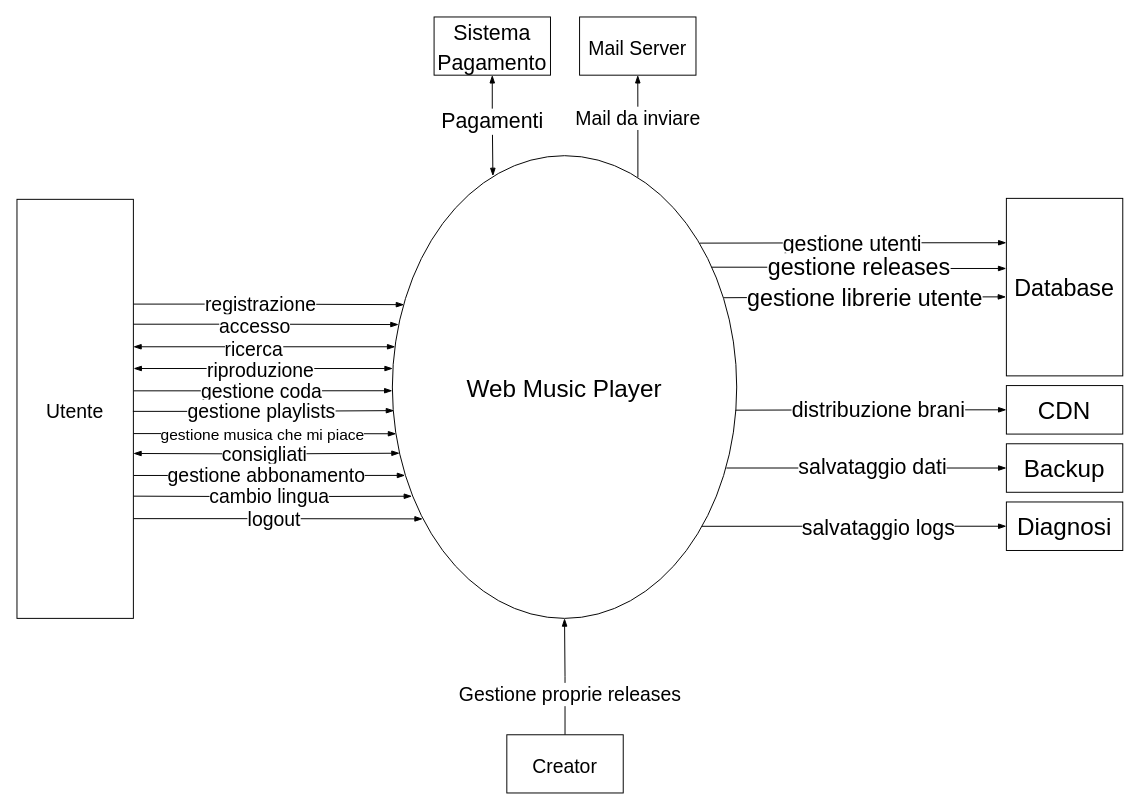
web-music-player/docs keeps this draw.io diagram as Altri diagrammi/Diagramma Contesto.drawio. Above is the earlier version. Source tidied: cells renumbered, new cells numbered last; positions are measured from the earlier drawing's top-left corner, leaving out a move shared by most shapes. Both pictures are drawn from the tidied source at 97%, with x=0, y=0 at pixel (16, 16).
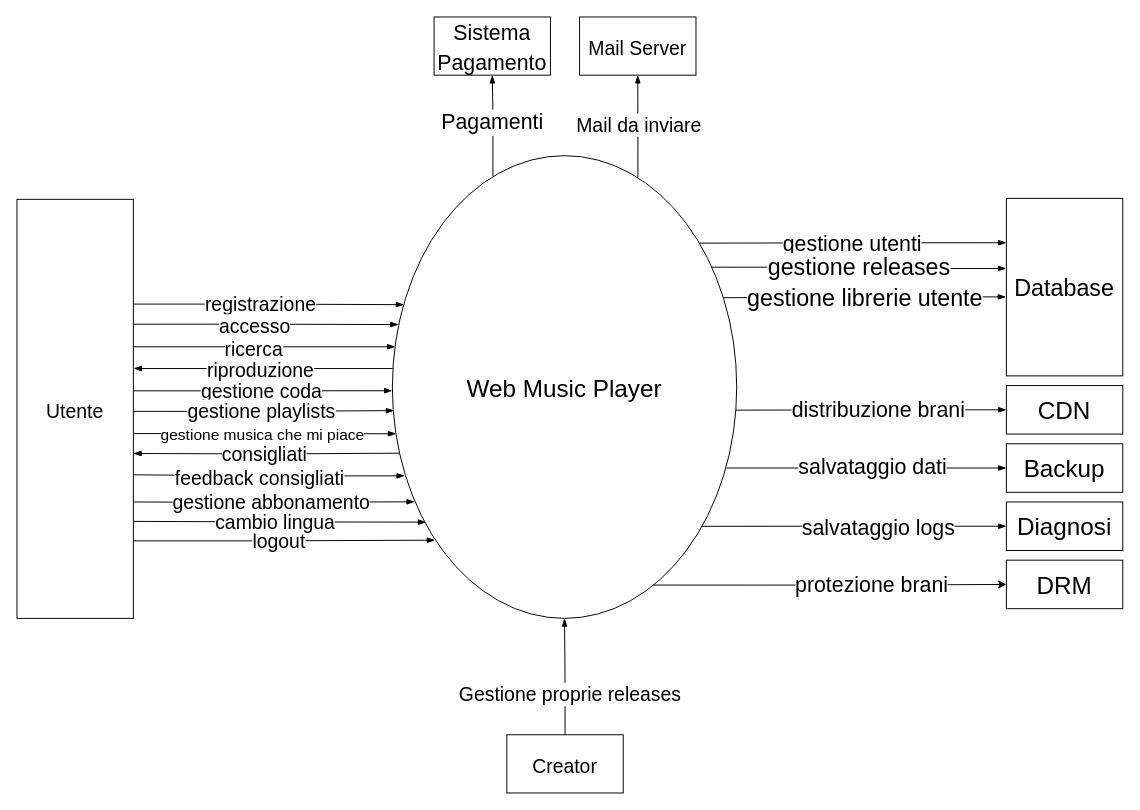
After the change.

Commit message:
Aggiunto sistema DRM, cambiate interazione con l'attore Utente

The change refers to these unchanged cells:
```xml
<mxCell id="2" style="edgeStyle=orthogonalEdgeStyle;rounded=0;jettySize=auto;html=1;exitX=0.713;exitY=0.047;exitDx=0;exitDy=0;entryX=0.5;entryY=1;entryDx=0;entryDy=0;fontSize=20;endArrow=blockThin;endFill=1;exitPerimeter=0;" parent="1" edge="1" source="4" target="5">
  <mxGeometry relative="1" as="geometry" />
</mxCell>
<mxCell id="4" value="&lt;font style=&quot;font-size: 25px;&quot;&gt;Web Music Player&lt;br&gt;&lt;/font&gt;" style="ellipse;whiteSpace=wrap;html=1;" parent="1" vertex="1">
  <mxGeometry x="387" y="143" width="355" height="477" as="geometry" />
</mxCell>
<mxCell id="15" value="&lt;font style=&quot;font-size: 20px;&quot;&gt;Utente&lt;/font&gt;" style="rounded=0;whiteSpace=wrap;html=1;fontSize=25;" parent="1" vertex="1">
  <mxGeometry y="188" width="120" height="432" as="geometry" />
</mxCell>
<mxCell id="34" value="&lt;font style=&quot;font-size: 22px;&quot;&gt;Sistema Pagamento&lt;br&gt;&lt;/font&gt;" style="rounded=0;whiteSpace=wrap;html=1;fontSize=25;" parent="1" vertex="1">
  <mxGeometry x="430" width="120" height="60" as="geometry" />
</mxCell>
```

Change to the diagram source:
```diff
@@
     <mxCell id="3" value="Mail da inviare" style="edgeLabel;html=1;align=center;verticalAlign=middle;fontSize=20;" parent="2" vertex="1">
-      <mxGeometry x="0.17" y="1" relative="1" as="geometry" />
+      <mxGeometry x="0.17" y="1" relative="1" as="geometry">
+        <mxPoint x="1" y="7" as="offset" />
+      </mxGeometry>
     </mxCell>
@@
-    <mxCell id="16" style="edgeStyle=orthogonalEdgeStyle;rounded=0;orthogonalLoop=1;jettySize=auto;html=1;fontSize=20;endArrow=blockThin;endFill=1;startArrow=blockThin;startFill=1;" parent="1" edge="1">
+    <mxCell id="16" style="edgeStyle=orthogonalEdgeStyle;rounded=0;orthogonalLoop=1;jettySize=auto;html=1;fontSize=20;endArrow=blockThin;endFill=1;startArrow=none;startFill=0;" parent="1" edge="1">
       <mxGeometry relative="1" as="geometry">
         <mxPoint x="120" y="340" as="sourcePoint" />
         <mxPoint x="390" y="340" as="targetPoint" />
         <Array as="points">
           <mxPoint x="120" y="340" />
           <mxPoint x="389" y="340" />
         </Array>
       </mxGeometry>
     </mxCell>
@@
-    <mxCell id="18" style="edgeStyle=orthogonalEdgeStyle;rounded=0;jettySize=auto;html=1;fontSize=20;endArrow=blockThin;endFill=1;startArrow=blockThin;startFill=1;exitX=1.002;exitY=0.403;exitDx=0;exitDy=0;exitPerimeter=0;entryX=0.001;entryY=0.46;entryDx=0;entryDy=0;entryPerimeter=0;" parent="1" edge="1" source="15" target="4">
+    <mxCell id="18" style="edgeStyle=orthogonalEdgeStyle;rounded=0;jettySize=auto;html=1;fontSize=20;endArrow=none;endFill=0;startArrow=blockThin;startFill=1;exitX=1.002;exitY=0.403;exitDx=0;exitDy=0;exitPerimeter=0;entryX=0.001;entryY=0.46;entryDx=0;entryDy=0;entryPerimeter=0;" parent="1" edge="1" source="15" target="4">
       <mxGeometry relative="1" as="geometry">
         <Array as="points">
           <mxPoint x="387" y="362" />
         </Array>
       </mxGeometry>
     </mxCell>
@@
-    <mxCell id="24" style="edgeStyle=orthogonalEdgeStyle;rounded=0;jettySize=auto;html=1;entryX=0.021;entryY=0.643;entryDx=0;entryDy=0;entryPerimeter=0;fontSize=20;startArrow=blockThin;startFill=1;endArrow=blockThin;endFill=1;" parent="1" edge="1" target="4">
+    <mxCell id="24" style="edgeStyle=orthogonalEdgeStyle;rounded=0;jettySize=auto;html=1;entryX=0.021;entryY=0.643;entryDx=0;entryDy=0;entryPerimeter=0;fontSize=20;startArrow=blockThin;startFill=1;endArrow=none;endFill=0;" parent="1" edge="1" target="4">
       <mxGeometry relative="1" as="geometry">
         <mxPoint x="120" y="450" as="sourcePoint" />
       </mxGeometry>
     </mxCell>
@@
-    <mxCell id="26" style="edgeStyle=orthogonalEdgeStyle;rounded=0;jettySize=auto;html=1;exitX=1.004;exitY=0.659;exitDx=0;exitDy=0;fontSize=20;startArrow=none;startFill=0;endArrow=blockThin;endFill=1;exitPerimeter=0;entryX=0.037;entryY=0.691;entryDx=0;entryDy=0;entryPerimeter=0;" parent="1" edge="1" source="15" target="4">
-      <mxGeometry relative="1" as="geometry" />
+    <mxCell id="26" style="edgeStyle=orthogonalEdgeStyle;rounded=0;jettySize=auto;html=1;fontSize=20;startArrow=none;startFill=0;endArrow=blockThin;endFill=1;entryX=0.065;entryY=0.748;entryDx=0;entryDy=0;entryPerimeter=0;" parent="1" edge="1" target="4">
+      <mxGeometry relative="1" as="geometry">
+        <mxPoint x="120" y="500" as="sourcePoint" />
+      </mxGeometry>
     </mxCell>
@@
-    <mxCell id="28" style="edgeStyle=orthogonalEdgeStyle;rounded=0;jettySize=auto;html=1;fontSize=20;startArrow=none;startFill=0;endArrow=blockThin;endFill=1;entryX=0.057;entryY=0.736;entryDx=0;entryDy=0;entryPerimeter=0;" parent="1" edge="1" target="4">
-      <mxGeometry relative="1" as="geometry">
-        <mxPoint x="120" y="494" as="sourcePoint" />
-      </mxGeometry>
-    </mxCell>
-    <mxCell id="29" value="cambio lingua" style="edgeLabel;html=1;align=center;verticalAlign=middle;fontSize=20;" parent="28" vertex="1">
-      <mxGeometry x="-0.17" y="1" relative="1" as="geometry">
-        <mxPoint x="20" as="offset" />
-      </mxGeometry>
-    </mxCell>
-    <mxCell id="30" style="edgeStyle=orthogonalEdgeStyle;rounded=0;jettySize=auto;html=1;exitX=1.001;exitY=0.762;exitDx=0;exitDy=0;fontSize=20;startArrow=none;startFill=0;endArrow=blockThin;endFill=1;exitPerimeter=0;entryX=0.088;entryY=0.785;entryDx=0;entryDy=0;entryPerimeter=0;" parent="1" edge="1" source="15" target="4">
+    <mxCell id="30" style="edgeStyle=orthogonalEdgeStyle;rounded=0;jettySize=auto;html=1;exitX=1;exitY=0.815;exitDx=0;exitDy=0;fontSize=20;startArrow=none;startFill=0;endArrow=blockThin;endFill=1;exitPerimeter=0;entryX=0.124;entryY=0.831;entryDx=0;entryDy=0;entryPerimeter=0;" parent="1" edge="1" source="15" target="4">
       <mxGeometry relative="1" as="geometry" />
     </mxCell>
@@
-    <mxCell id="32" style="edgeStyle=orthogonalEdgeStyle;rounded=0;jettySize=auto;html=1;entryX=0.292;entryY=0.044;entryDx=0;entryDy=0;entryPerimeter=0;fontSize=22;startArrow=blockThin;startFill=1;endArrow=blockThin;endFill=1;" parent="1" edge="1" source="34" target="4">
+    <mxCell id="32" style="edgeStyle=orthogonalEdgeStyle;rounded=0;jettySize=auto;html=1;fontSize=22;startArrow=none;startFill=0;endArrow=blockThin;endFill=1;exitX=0.292;exitY=0.044;exitDx=0;exitDy=0;exitPerimeter=0;" parent="1" edge="1" source="4" target="34">
       <mxGeometry relative="1" as="geometry" />
     </mxCell>
     <mxCell id="33" value="Pagamenti" style="edgeLabel;html=1;align=center;verticalAlign=middle;fontSize=22;" parent="32" vertex="1">
-      <mxGeometry x="-0.09" y="-1" relative="1" as="geometry" />
+      <mxGeometry x="-0.09" y="-1" relative="1" as="geometry">
+        <mxPoint x="-2" y="-7" as="offset" />
+      </mxGeometry>
     </mxCell>
@@
+    <mxCell id="51" style="edgeStyle=orthogonalEdgeStyle;rounded=0;jettySize=auto;html=1;exitX=0.757;exitY=0.928;exitDx=0;exitDy=0;entryX=0;entryY=0.5;entryDx=0;entryDy=0;startArrow=none;startFill=0;exitPerimeter=0;" parent="1" edge="1" source="4" target="53">
+      <mxGeometry relative="1" as="geometry" />
+    </mxCell>
+    <mxCell id="52" value="&lt;font style=&quot;font-size: 22px;&quot;&gt;protezione brani&lt;br&gt;&lt;/font&gt;" style="edgeLabel;html=1;align=center;verticalAlign=middle;" parent="51" vertex="1">
+      <mxGeometry x="0.29" y="-1" relative="1" as="geometry">
+        <mxPoint x="-10" y="-1" as="offset" />
+      </mxGeometry>
+    </mxCell>
+    <mxCell id="53" value="DRM" style="rounded=0;whiteSpace=wrap;html=1;fontSize=25;" parent="1" vertex="1">
+      <mxGeometry x="1020" y="560" width="120" height="50" as="geometry" />
+    </mxCell>
+    <mxCell id="54" style="edgeStyle=orthogonalEdgeStyle;rounded=0;jettySize=auto;html=1;fontSize=20;startArrow=blockThin;startFill=1;endArrow=none;endFill=0;exitX=0.036;exitY=0.692;exitDx=0;exitDy=0;exitPerimeter=0;" parent="1" edge="1" source="4">
+      <mxGeometry relative="1" as="geometry">
+        <mxPoint x="120" y="472" as="targetPoint" />
+      </mxGeometry>
+    </mxCell>
+    <mxCell id="55" value="feedback consigliati" style="edgeLabel;html=1;align=center;verticalAlign=middle;fontSize=20;" parent="54" vertex="1">
+      <mxGeometry x="-0.17" y="1" relative="1" as="geometry">
+        <mxPoint x="-34" as="offset" />
+      </mxGeometry>
+    </mxCell>
+    <mxCell id="28" style="edgeStyle=orthogonalEdgeStyle;rounded=0;jettySize=auto;html=1;fontSize=20;startArrow=none;startFill=0;endArrow=blockThin;endFill=1;entryX=0.098;entryY=0.792;entryDx=0;entryDy=0;entryPerimeter=0;" parent="1" edge="1" target="4">
+      <mxGeometry relative="1" as="geometry">
+        <mxPoint x="120" y="520" as="sourcePoint" />
+      </mxGeometry>
+    </mxCell>
+    <mxCell id="29" value="cambio lingua" style="edgeLabel;html=1;align=center;verticalAlign=middle;fontSize=20;" parent="28" vertex="1">
+      <mxGeometry x="-0.17" y="1" relative="1" as="geometry">
+        <mxPoint x="20" as="offset" />
+      </mxGeometry>
+    </mxCell>
```
